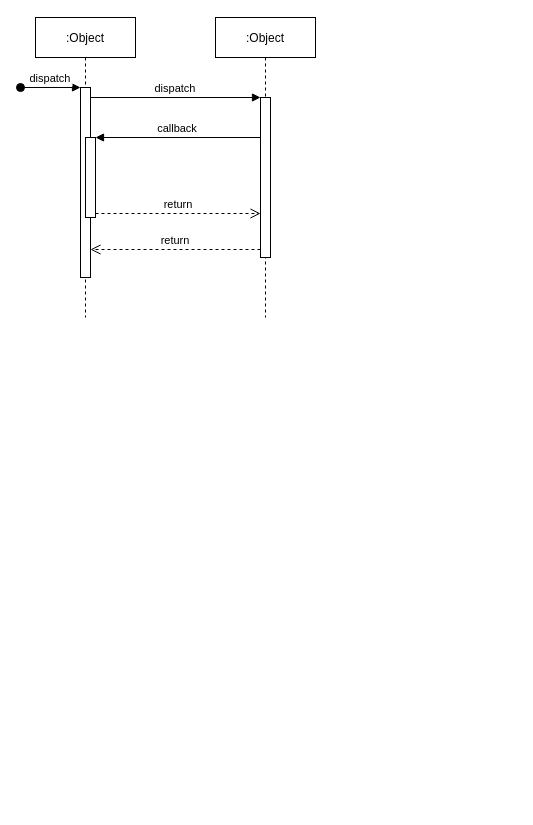
The draw.io diagram UML/数据源监控时序图.drawio in wangjq4214/draw.io, before the edit. Source tidied: cells renumbered, new cells numbered last; positions are measured from the earlier drawing's top-left corner, leaving out a move shared by most shapes. Both pictures are drawn from the tidied source at 100%, with x=0, y=0 at pixel (20, 17).
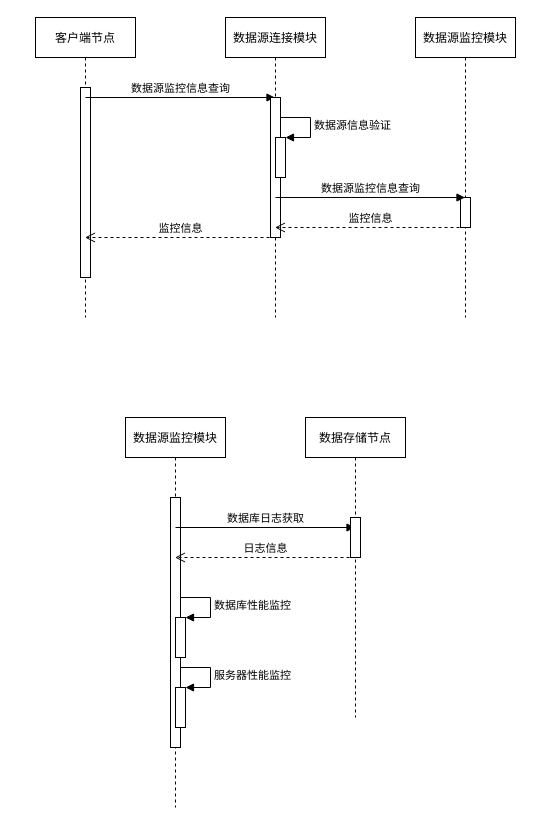
Above is the later version.

Commit message:
更新数据源监控时序图.drawio

The change refers to these unchanged cells:
```xml
<mxCell id="3" style="points=[];perimeter=orthogonalPerimeter;rounded=0;shadow=0;strokeWidth=1;" parent="2" vertex="1">
  <mxGeometry x="45" y="70" width="10" height="190" as="geometry" />
</mxCell>
```

Change to the diagram source:
```diff
@@
-    <mxCell id="2" value=":Object" style="shape=umlLifeline;perimeter=lifelinePerimeter;rounded=0;shadow=0;strokeWidth=1;" parent="1" vertex="1">
+    <mxCell id="2" value="客户端节点" style="shape=umlLifeline;perimeter=lifelinePerimeter;rounded=0;shadow=0;strokeWidth=1;" parent="1" vertex="1">
       <mxGeometry x="15" width="100" height="300" as="geometry" />
     </mxCell>
@@
-    <mxCell id="4" value="dispatch" style="verticalAlign=bottom;startArrow=oval;endArrow=block;startSize=8;shadow=0;strokeWidth=1;" parent="2" edge="1" target="3">
-      <mxGeometry relative="1" as="geometry">
-        <mxPoint x="-15" y="70" as="sourcePoint" />
-      </mxGeometry>
-    </mxCell>
-    <mxCell id="5" style="points=[];perimeter=orthogonalPerimeter;rounded=0;shadow=0;strokeWidth=1;" parent="2" vertex="1">
-      <mxGeometry x="50" y="120" width="10" height="80" as="geometry" />
-    </mxCell>
+    <mxCell id="12" value="数据源监控信息查询" style="html=1;verticalAlign=bottom;endArrow=block;rounded=0;" parent="2" edge="1" target="22">
+      <mxGeometry relative="1" as="geometry">
+        <mxPoint x="50" y="80" as="sourcePoint" />
+      </mxGeometry>
+    </mxCell>
-    <mxCell id="6" value=":Object" style="shape=umlLifeline;perimeter=lifelinePerimeter;rounded=0;shadow=0;strokeWidth=1;" parent="1" vertex="1">
-      <mxGeometry x="195" width="100" height="300" as="geometry" />
+    <mxCell id="6" value="数据源监控模块" style="shape=umlLifeline;perimeter=lifelinePerimeter;rounded=0;shadow=0;strokeWidth=1;" parent="1" vertex="1">
+      <mxGeometry x="395" width="100" height="300" as="geometry" />
     </mxCell>
     <mxCell id="7" style="points=[];perimeter=orthogonalPerimeter;rounded=0;shadow=0;strokeWidth=1;" parent="6" vertex="1">
-      <mxGeometry x="45" y="80" width="10" height="160" as="geometry" />
+      <mxGeometry x="45" y="180" width="10" height="30" as="geometry" />
     </mxCell>
-    <mxCell id="8" value="return" style="verticalAlign=bottom;endArrow=open;dashed=1;endSize=8;exitX=0;exitY=0.95;shadow=0;strokeWidth=1;" parent="1" edge="1" source="7" target="3">
-      <mxGeometry relative="1" as="geometry" />
-    </mxCell>
-    <mxCell id="9" value="dispatch" style="verticalAlign=bottom;endArrow=block;entryX=0;entryY=0;shadow=0;strokeWidth=1;" parent="1" edge="1" source="3" target="7">
-      <mxGeometry relative="1" as="geometry" />
-    </mxCell>
-    <mxCell id="10" value="callback" style="verticalAlign=bottom;endArrow=block;entryX=1;entryY=0;shadow=0;strokeWidth=1;" parent="1" edge="1" source="7" target="5">
-      <mxGeometry relative="1" as="geometry" />
-    </mxCell>
-    <mxCell id="11" value="return" style="verticalAlign=bottom;endArrow=open;dashed=1;endSize=8;exitX=1;exitY=0.95;shadow=0;strokeWidth=1;" parent="1" edge="1" source="5" target="7">
-      <mxGeometry relative="1" as="geometry" />
-    </mxCell>
+    <mxCell id="13" value="数据源监控模块" style="shape=umlLifeline;perimeter=lifelinePerimeter;rounded=0;shadow=0;strokeWidth=1;" parent="1" vertex="1">
+      <mxGeometry x="105" y="400" width="100" height="390" as="geometry" />
+    </mxCell>
+    <mxCell id="14" style="perimeter=orthogonalPerimeter;rounded=0;shadow=0;strokeWidth=1;" parent="13" vertex="1">
+      <mxGeometry x="45" y="80" width="10" height="250" as="geometry" />
+    </mxCell>
+    <mxCell id="15" value="数据库日志获取" style="html=1;verticalAlign=bottom;endArrow=block;rounded=0;" parent="13" edge="1" target="20">
+      <mxGeometry relative="1" as="geometry">
+        <mxPoint x="50" y="110" as="sourcePoint" />
+      </mxGeometry>
+    </mxCell>
+    <mxCell id="16" style="html=1;points=[];perimeter=orthogonalPerimeter;" parent="13" vertex="1">
+      <mxGeometry x="50" y="200" width="10" height="40" as="geometry" />
+    </mxCell>
+    <mxCell id="17" value="数据库性能监控" style="edgeStyle=orthogonalEdgeStyle;html=1;align=left;spacingLeft=2;endArrow=block;rounded=0;entryX=1;entryY=0;" parent="13" edge="1" target="16">
+      <mxGeometry relative="1" as="geometry">
+        <mxPoint x="55" y="180" as="sourcePoint" />
+        <Array as="points">
+          <mxPoint x="85" y="180" />
+        </Array>
+      </mxGeometry>
+    </mxCell>
+    <mxCell id="18" style="html=1;points=[];perimeter=orthogonalPerimeter;" parent="13" vertex="1">
+      <mxGeometry x="50" y="270" width="10" height="40" as="geometry" />
+    </mxCell>
+    <mxCell id="19" value="服务器性能监控" style="edgeStyle=orthogonalEdgeStyle;html=1;align=left;spacingLeft=2;endArrow=block;rounded=0;entryX=1;entryY=0;" parent="13" edge="1" target="18">
+      <mxGeometry relative="1" as="geometry">
+        <mxPoint x="55" y="250" as="sourcePoint" />
+        <Array as="points">
+          <mxPoint x="85" y="250" />
+        </Array>
+      </mxGeometry>
+    </mxCell>
+    <mxCell id="20" value="数据存储节点" style="shape=umlLifeline;perimeter=lifelinePerimeter;rounded=0;shadow=0;strokeWidth=1;" parent="1" vertex="1">
+      <mxGeometry x="285" y="400" width="100" height="300" as="geometry" />
+    </mxCell>
+    <mxCell id="21" style="perimeter=orthogonalPerimeter;rounded=0;shadow=0;strokeWidth=1;" parent="20" vertex="1">
+      <mxGeometry x="45" y="100" width="10" height="40" as="geometry" />
+    </mxCell>
+    <mxCell id="22" value="数据源连接模块" style="shape=umlLifeline;perimeter=lifelinePerimeter;rounded=0;shadow=0;strokeWidth=1;" parent="1" vertex="1">
+      <mxGeometry x="205" width="100" height="300" as="geometry" />
+    </mxCell>
+    <mxCell id="23" style="perimeter=orthogonalPerimeter;rounded=0;shadow=0;strokeWidth=1;" parent="22" vertex="1">
+      <mxGeometry x="45" y="80" width="10" height="140" as="geometry" />
+    </mxCell>
+    <mxCell id="24" style="html=1;points=[];perimeter=orthogonalPerimeter;" parent="22" vertex="1">
+      <mxGeometry x="50" y="120" width="10" height="40" as="geometry" />
+    </mxCell>
+    <mxCell id="25" value="数据源信息验证" style="edgeStyle=orthogonalEdgeStyle;html=1;align=left;spacingLeft=2;endArrow=block;rounded=0;entryX=1;entryY=0;" parent="22" edge="1" target="24">
+      <mxGeometry relative="1" as="geometry">
+        <mxPoint x="55" y="100" as="sourcePoint" />
+        <Array as="points">
+          <mxPoint x="85" y="100" />
+        </Array>
+      </mxGeometry>
+    </mxCell>
+    <mxCell id="26" value="数据源监控信息查询" style="html=1;verticalAlign=bottom;endArrow=block;rounded=0;" parent="22" edge="1" target="6">
+      <mxGeometry relative="1" as="geometry">
+        <mxPoint x="50" y="180" as="sourcePoint" />
+      </mxGeometry>
+    </mxCell>
+    <mxCell id="27" value="监控信息" style="html=1;verticalAlign=bottom;endArrow=open;dashed=1;endSize=8;rounded=0;" parent="1" edge="1" target="22">
+      <mxGeometry relative="1" as="geometry">
+        <mxPoint x="445" y="210" as="sourcePoint" />
+      </mxGeometry>
+    </mxCell>
+    <mxCell id="28" value="监控信息" style="html=1;verticalAlign=bottom;endArrow=open;dashed=1;endSize=8;rounded=0;" parent="1" edge="1" target="2">
+      <mxGeometry relative="1" as="geometry">
+        <mxPoint x="255" y="220" as="sourcePoint" />
+      </mxGeometry>
+    </mxCell>
+    <mxCell id="29" value="日志信息" style="html=1;verticalAlign=bottom;endArrow=open;dashed=1;endSize=8;rounded=0;" parent="1" edge="1" target="13">
+      <mxGeometry relative="1" as="geometry">
+        <mxPoint x="335" y="540" as="sourcePoint" />
+      </mxGeometry>
+    </mxCell>
```
